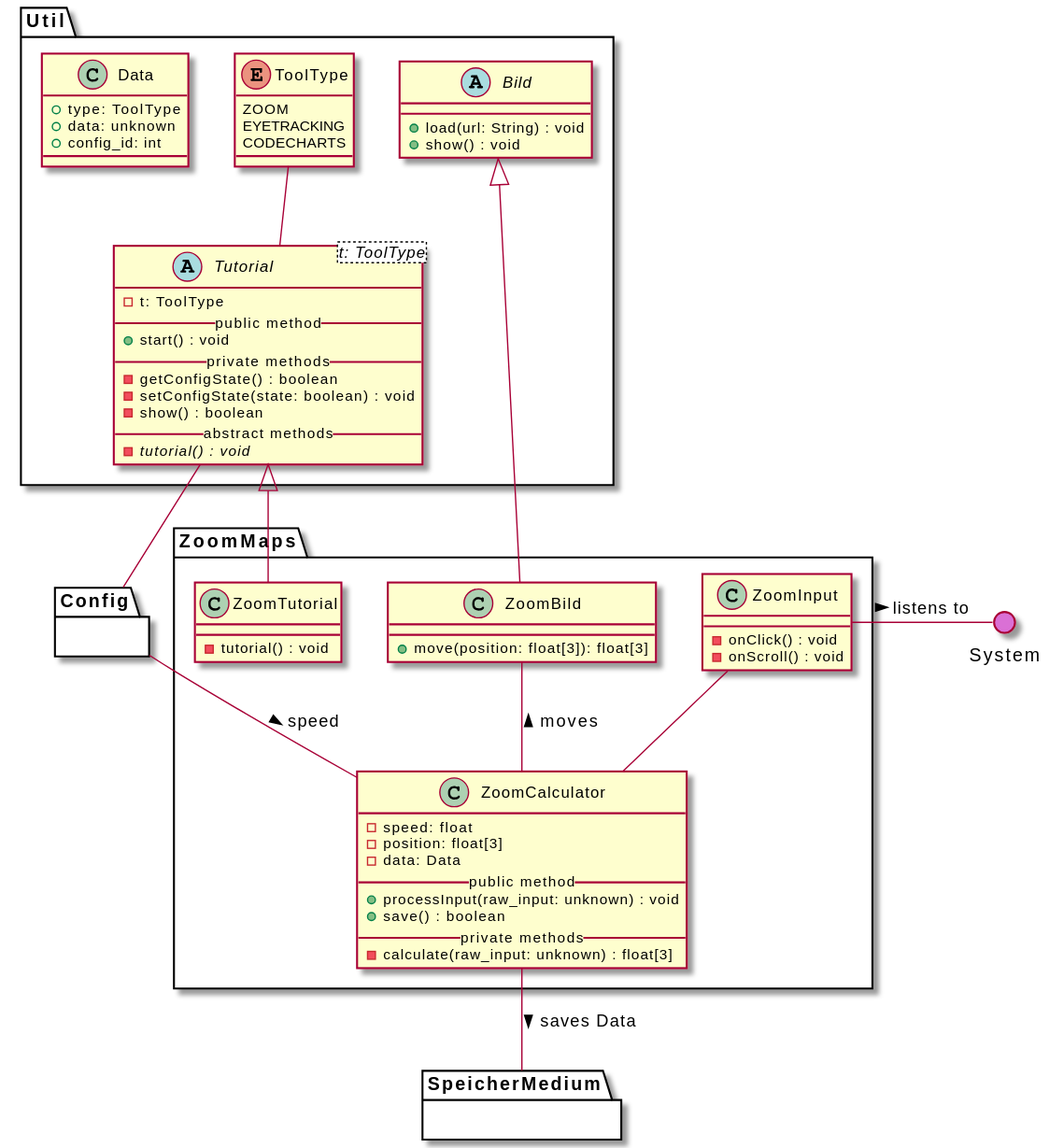
weichware10/meilensteine keeps this PlantUML diagram as meilenstein_03/uml-zoommaps/zoommaps.svg. Above is the earlier version.
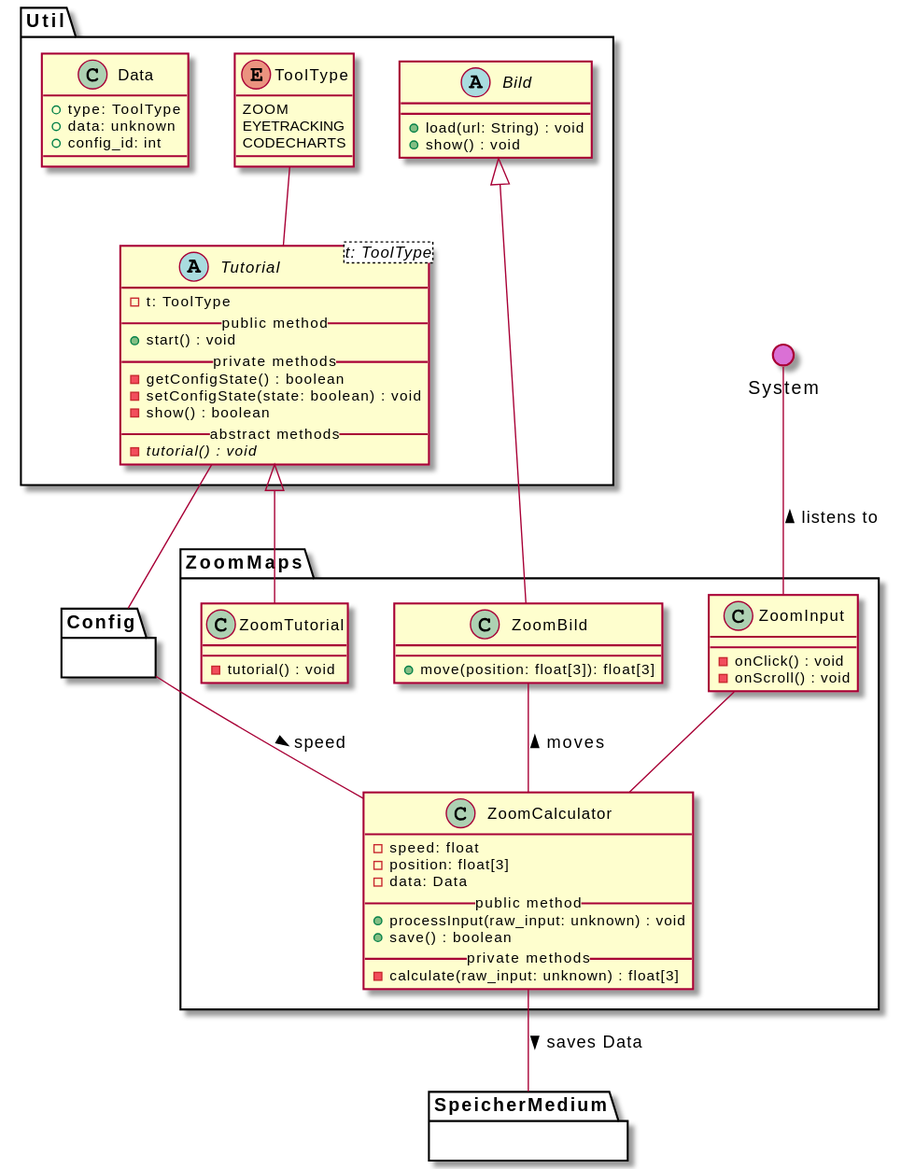
After the change.

Commit message:
Render PlantUML SVGs

Change to the diagram source:
```diff
@@ -75,7 +75,7 @@
 
     ZoomCalculator -- SpeicherMedium : > saves Data
     ZoomCalculator -l- Config : < speed
-    ZoomInput -r- System : > listens to
+    ZoomInput -u- System : > listens to
 
 }
 
```
